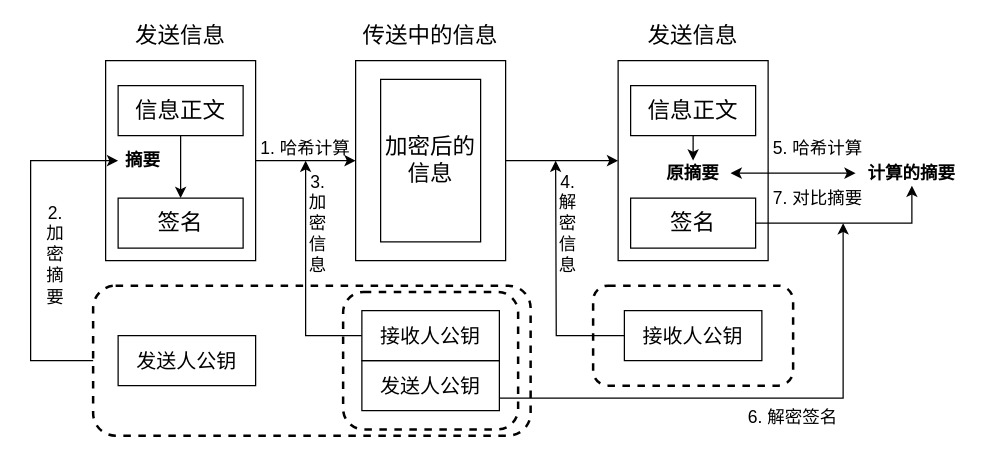
Above: secret.drawio in liugangjian/BTCWallet (draw.io), before the change. Source tidied: cells renumbered, new cells numbered last; positions are measured from the earlier drawing's top-left corner, leaving out a move shared by most shapes. Both pictures are drawn from the tidied source at 125%, with x=0, y=0 at pixel (30, 22).
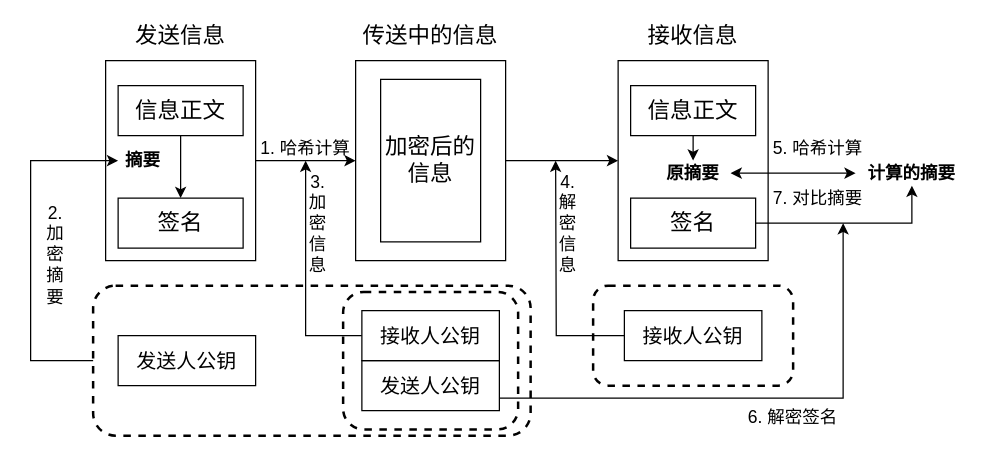
Above is the later version.

Change to the diagram source:
```diff
@@
-    <mxCell id="19" value="&lt;font style=&quot;font-size: 18px&quot;&gt;发送信息&lt;/font&gt;" style="text;html=1;strokeColor=none;fillColor=none;align=center;verticalAlign=middle;whiteSpace=wrap;rounded=0;" parent="1" vertex="1">
+    <mxCell id="19" value="&lt;font style=&quot;font-size: 18px&quot;&gt;接收信息&lt;/font&gt;" style="text;html=1;strokeColor=none;fillColor=none;align=center;verticalAlign=middle;whiteSpace=wrap;rounded=0;" parent="1" vertex="1">
       <mxGeometry x="490" width="80" height="20" as="geometry" />
     </mxCell>
```
